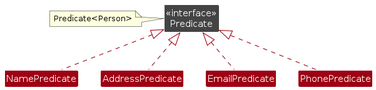
This is diagrams/FilterPersonPredicateClassDiagram.png from keaganpzh/tp, a PlantUML export, as it was before one commit. Its source is kept beside it as diagrams/FilterPersonPredicateClassDiagram.puml. Its diagram source:
```plantuml
@startuml
!include style.puml
skinparam arrowThickness 1.1
skinparam arrowColor MODEL_COLOR
skinparam classBackgroundColor MODEL_COLOR

Class "<<interface>>\nPredicate" as Predicate #444444

note left
Predicate<Person>
end note

NamePredicate .up.|> Predicate
AddressPredicate .up.|> Predicate
EmailPredicate .up.|> Predicate
PhonePredicate .up.|> Predicate

@enduml
```
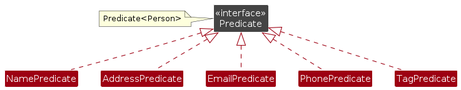
Later version of the same file.

The edit, as a diff of the source:
```diff
@@ -14,5 +14,6 @@
 AddressPredicate .up.|> Predicate
 EmailPredicate .up.|> Predicate
 PhonePredicate .up.|> Predicate
+TagPredicate .up.|> Predicate
 
 @enduml
```
